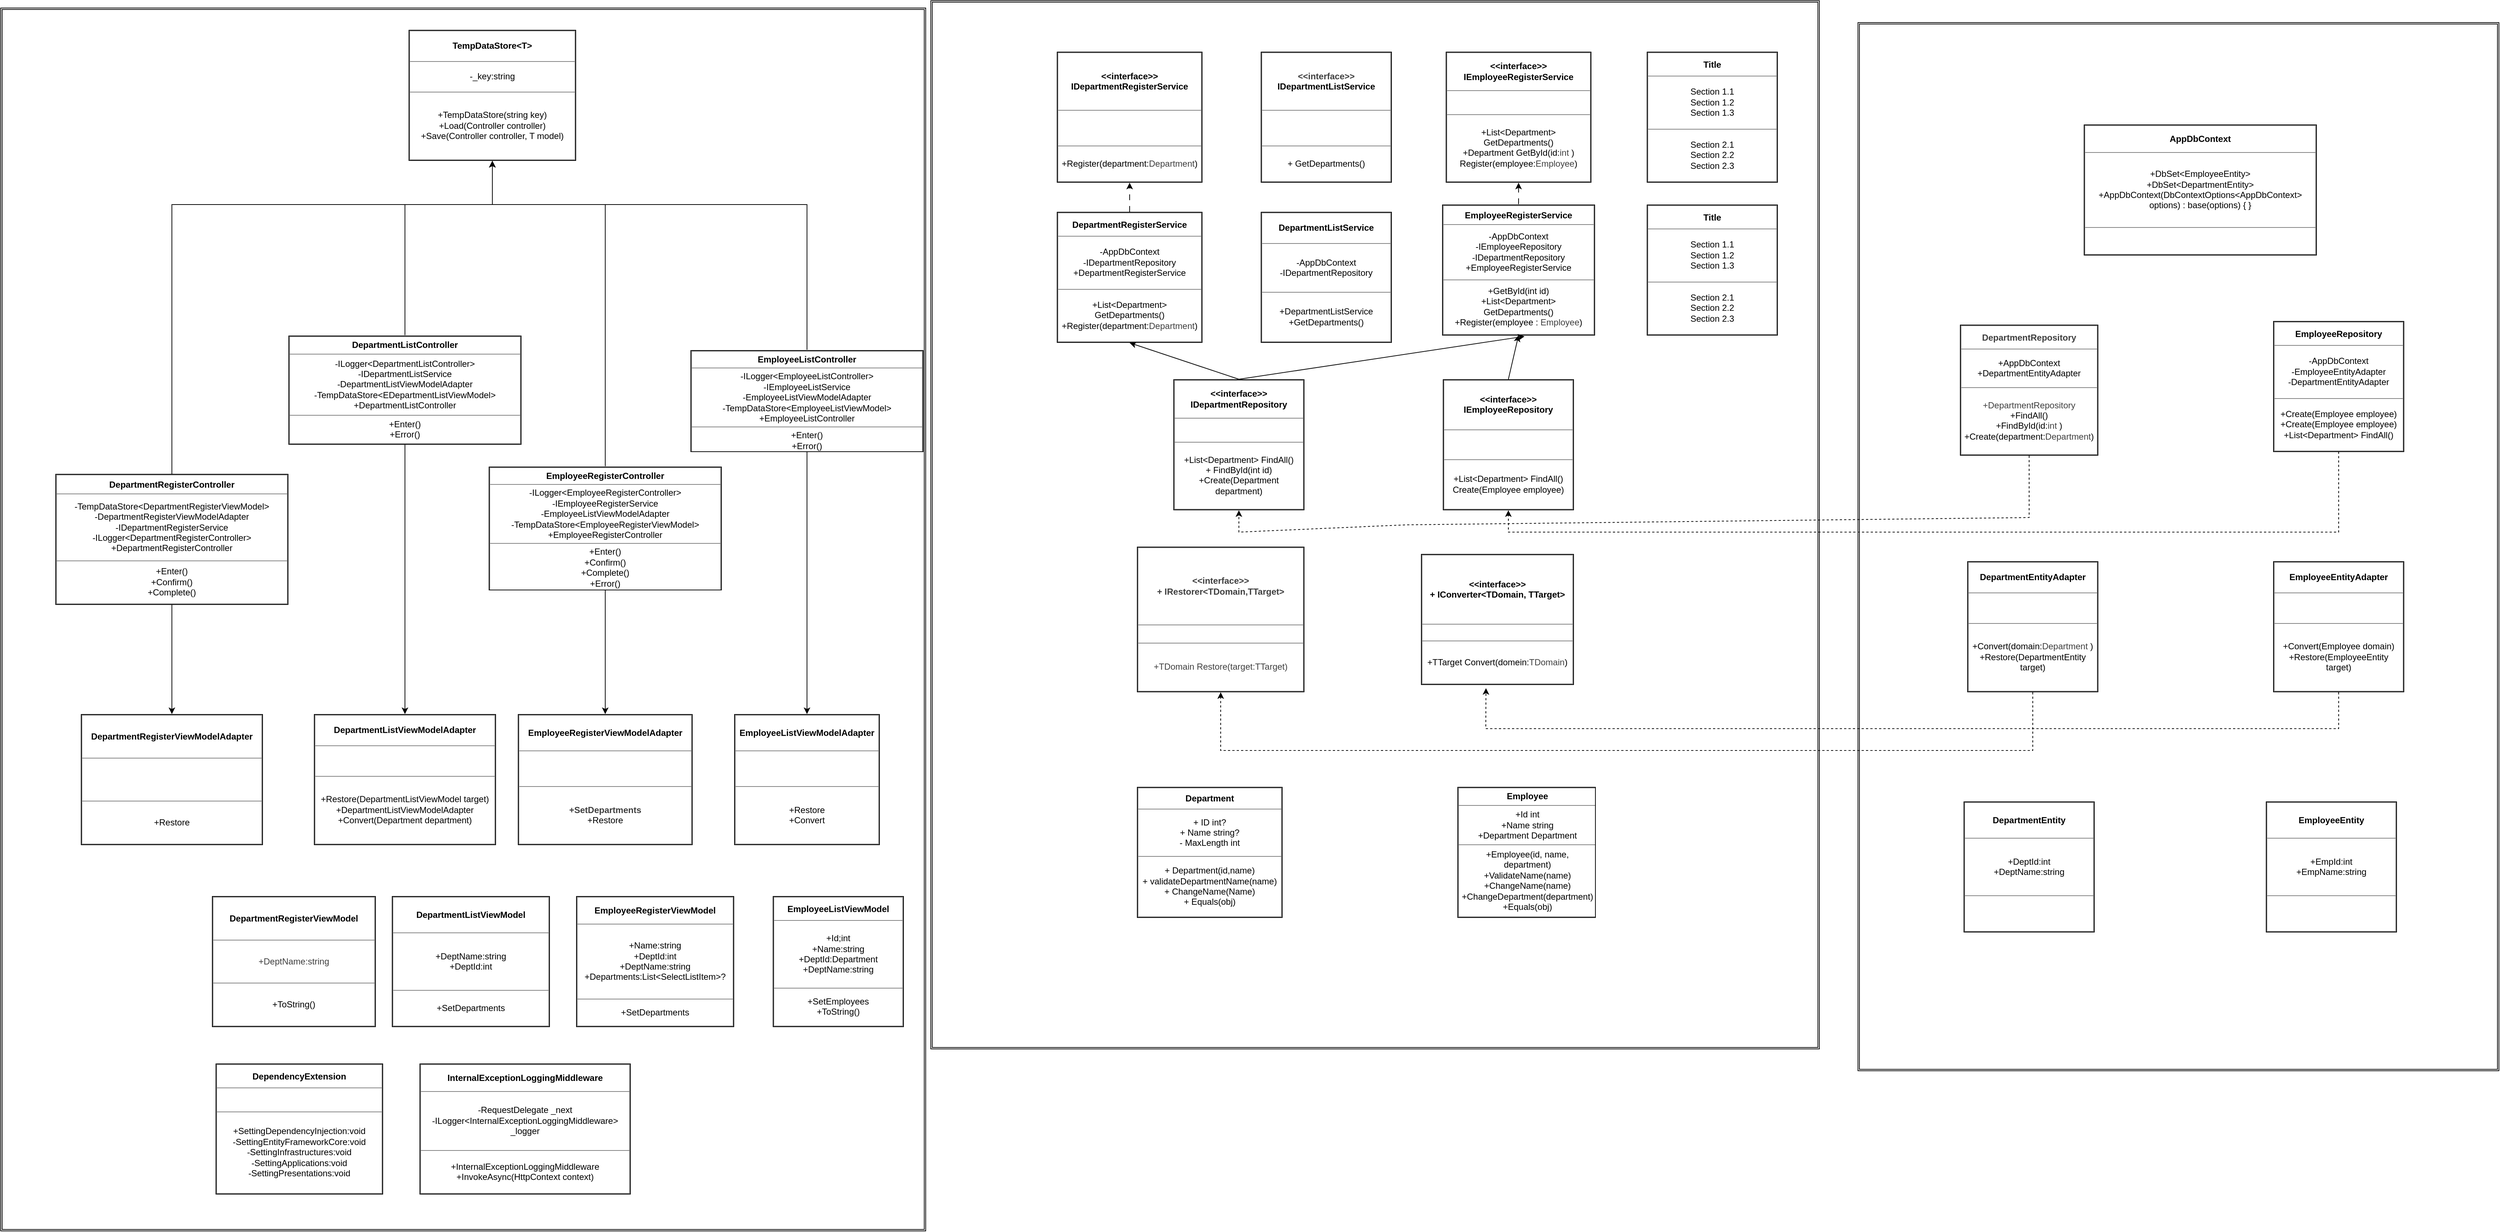
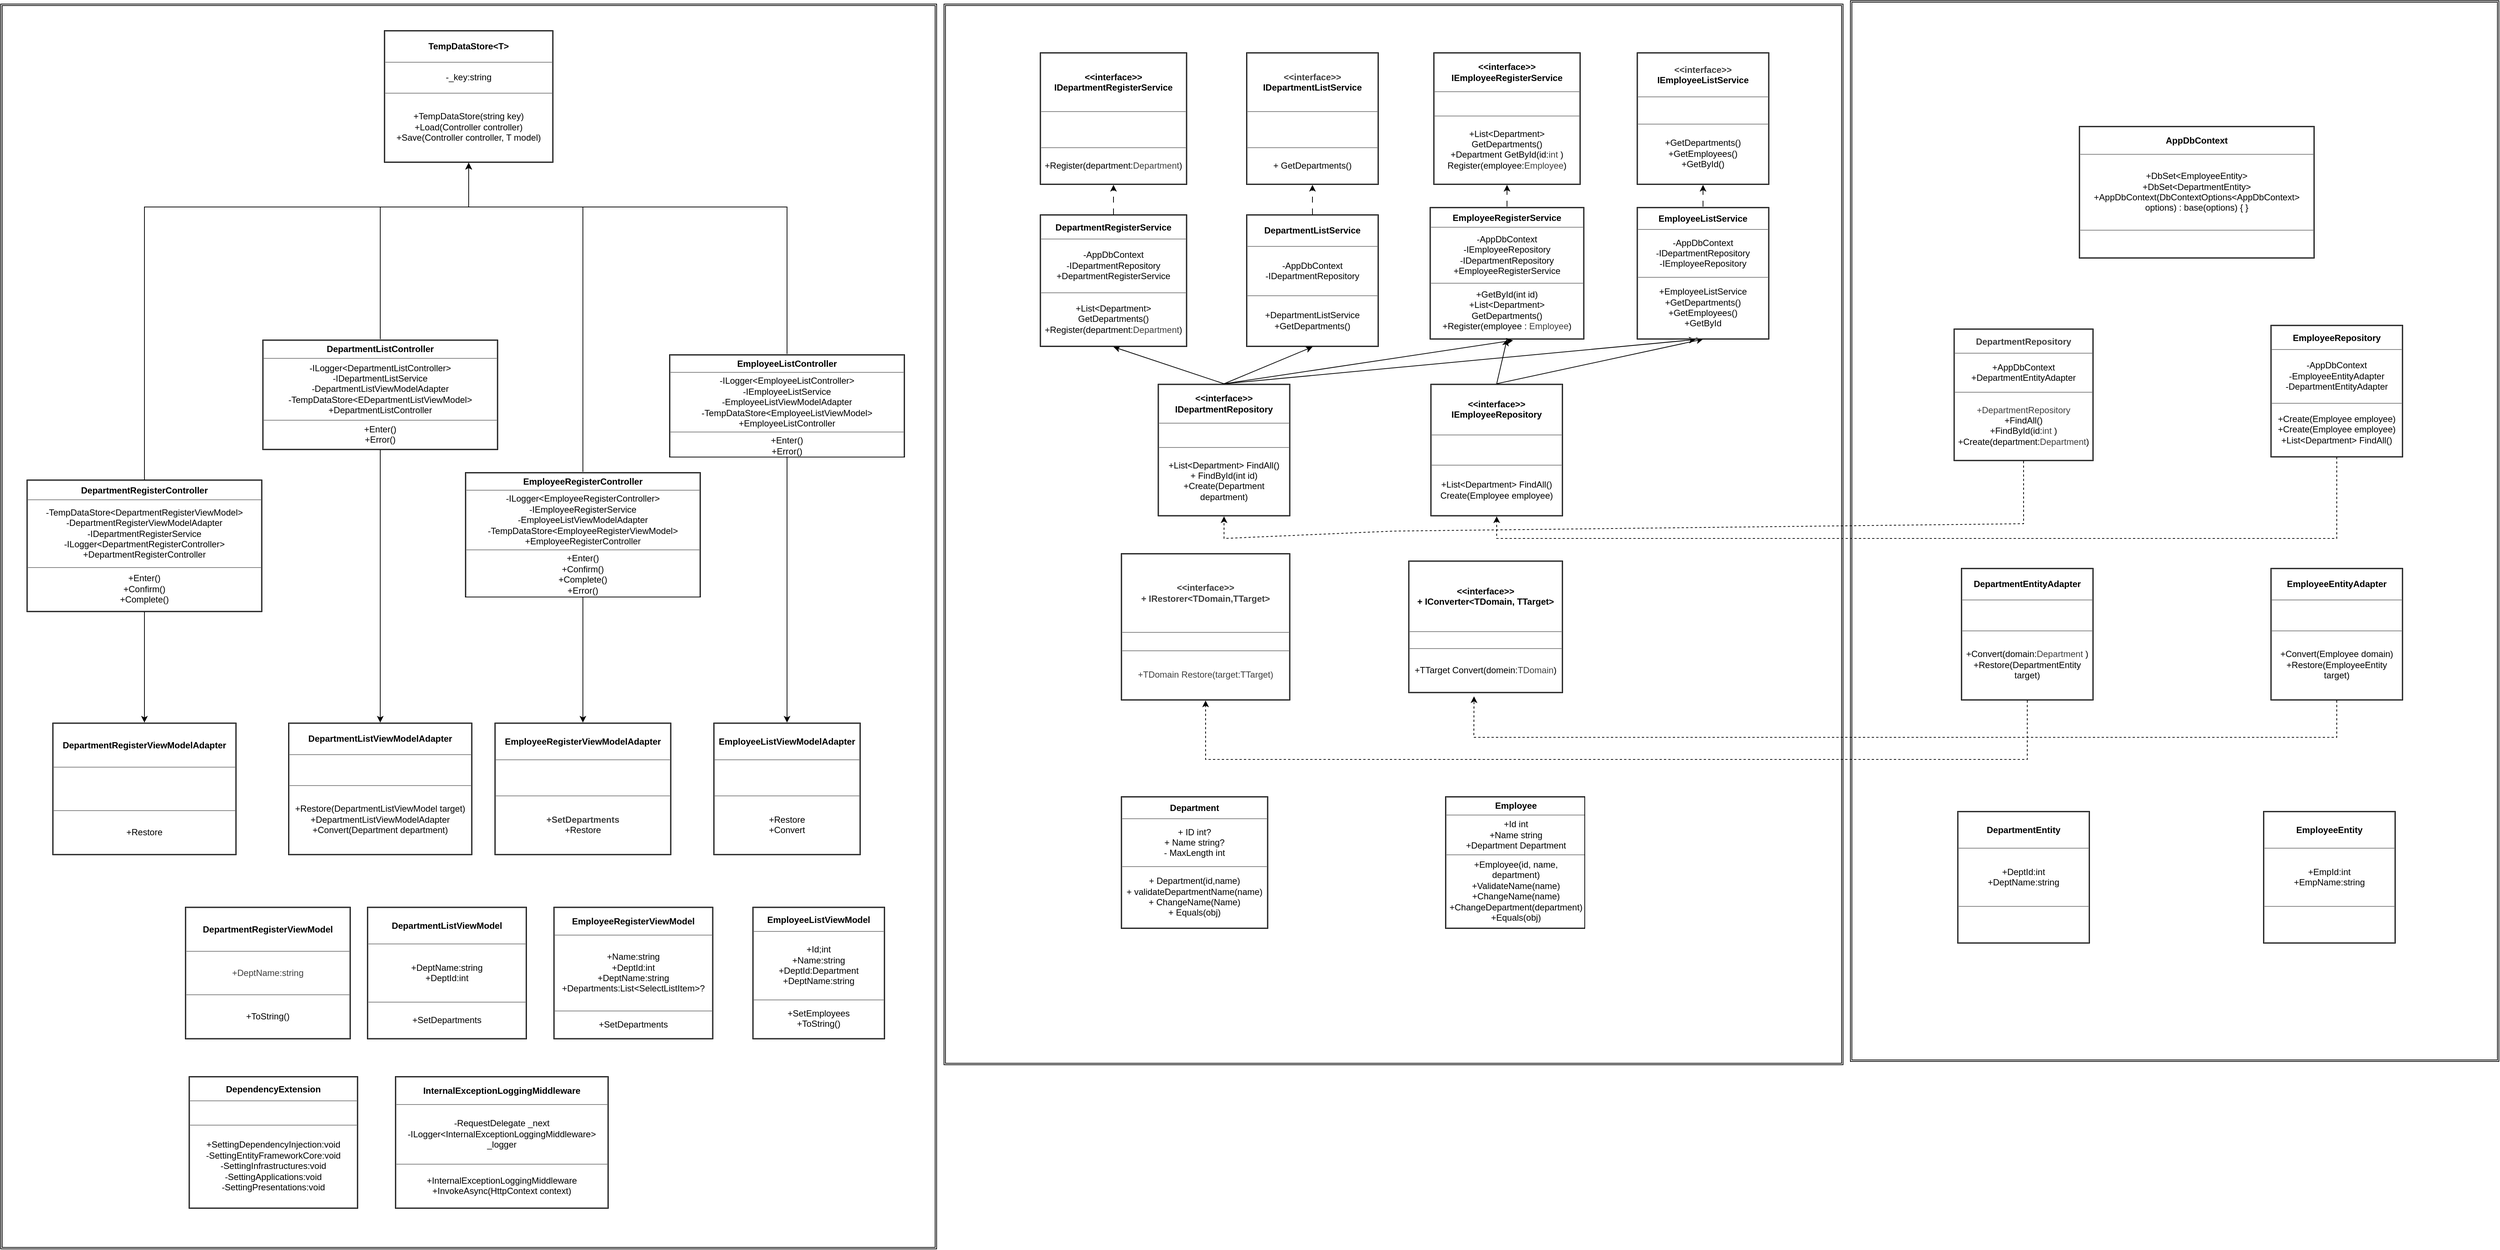
<mxfile host="65bd71144e">
    <diagram name="ページ-1" id="61RVPWnuirh5MR-BbGoL">
-         <mxGraphModel dx="3770" dy="1851" grid="1" gridSize="10" guides="1" tooltips="1" connect="1" arrows="1" fold="1" page="1" pageScale="1" pageWidth="827" pageHeight="1169" math="0" shadow="0">
+         <mxGraphModel dx="3974" dy="2397" grid="1" gridSize="10" guides="1" tooltips="1" connect="1" arrows="1" fold="1" page="1" pageScale="1" pageWidth="827" pageHeight="1169" math="0" shadow="0">
            <root>
                <mxCell id="0"/>
                <mxCell id="1" parent="0"/>
                <mxCell id="60" value="" style="shape=ext;double=1;rounded=0;whiteSpace=wrap;html=1;" vertex="1" parent="1">
-                     <mxGeometry x="880" y="-10" width="880" height="1440" as="geometry"/>
+                     <mxGeometry x="880" y="-40" width="880" height="1440" as="geometry"/>
                </mxCell>
                <mxCell id="59" value="" style="shape=ext;double=1;rounded=0;whiteSpace=wrap;html=1;" vertex="1" parent="1">
-                     <mxGeometry x="-393" y="-40" width="1220" height="1440" as="geometry"/>
+                     <mxGeometry x="-350" y="-35.5" width="1220" height="1440" as="geometry"/>
                </mxCell>
                <mxCell id="58" value="" style="shape=ext;double=1;rounded=0;whiteSpace=wrap;html=1;" vertex="1" parent="1">
-                     <mxGeometry x="-1670" y="-30" width="1270" height="1680" as="geometry"/>
+                     <mxGeometry x="-1630" y="-35.5" width="1270" height="1690" as="geometry"/>
                </mxCell>
                <mxCell id="72" style="edgeStyle=none;html=1;exitX=0.5;exitY=1;exitDx=0;exitDy=0;entryX=0.5;entryY=0;entryDx=0;entryDy=0;" edge="1" parent="1" source="2" target="50">
                    <mxGeometry relative="1" as="geometry"/>
                </mxCell>
                <mxCell id="75" style="edgeStyle=none;html=1;exitX=0.5;exitY=0;exitDx=0;exitDy=0;entryX=0.5;entryY=1;entryDx=0;entryDy=0;rounded=0;curved=0;" edge="1" parent="1" source="2" target="41">
                    <mxGeometry relative="1" as="geometry">
                        <Array as="points">
                            <mxPoint x="-1115" y="240"/>
                            <mxPoint x="-995" y="240"/>
                        </Array>
                    </mxGeometry>
                </mxCell>
                <mxCell id="2" value="&lt;table border=&quot;1&quot; width=&quot;100%&quot; height=&quot;100%&quot; cellpadding=&quot;4&quot; style=&quot;width:100%;height:100%;border-collapse:collapse;&quot;&gt;&lt;tbody&gt;&lt;tr&gt;&lt;th align=&quot;center&quot;&gt;DepartmentListController&lt;/th&gt;&lt;/tr&gt;&lt;tr&gt;&lt;td align=&quot;center&quot;&gt;-ILogger&amp;lt;DepartmentListController&amp;gt;&lt;br&gt;-IDepartmentListService&lt;br&gt;-DepartmentListViewModelAdapter&lt;br&gt;-TempDataStore&amp;lt;EDepartmentListViewModel&amp;gt;&lt;br&gt;+DepartmentListController&lt;/td&gt;&lt;/tr&gt;&lt;tr&gt;&lt;td align=&quot;center&quot;&gt;+Enter()&lt;br&gt;+Error()&lt;/td&gt;&lt;/tr&gt;&lt;/tbody&gt;&lt;/table&gt;" style="text;html=1;whiteSpace=wrap;strokeColor=none;fillColor=none;overflow=fill;labelBorderColor=default;" parent="1" vertex="1">
                    <mxGeometry x="-1275" y="419.5" width="320" height="150" as="geometry"/>
                </mxCell>
                <mxCell id="73" style="edgeStyle=none;html=1;exitX=0.5;exitY=1;exitDx=0;exitDy=0;entryX=0.5;entryY=0;entryDx=0;entryDy=0;" edge="1" parent="1" source="6" target="52">
                    <mxGeometry relative="1" as="geometry"/>
                </mxCell>
                <mxCell id="74" style="edgeStyle=none;html=1;exitX=0.5;exitY=0;exitDx=0;exitDy=0;entryX=0.5;entryY=1;entryDx=0;entryDy=0;rounded=0;curved=0;" edge="1" parent="1" source="6" target="41">
                    <mxGeometry relative="1" as="geometry">
                        <Array as="points">
                            <mxPoint x="-1435" y="240"/>
                            <mxPoint x="-995" y="240"/>
                        </Array>
                    </mxGeometry>
                </mxCell>
                <mxCell id="6" value="&lt;table border=&quot;1&quot; width=&quot;100%&quot; height=&quot;100%&quot; cellpadding=&quot;4&quot; style=&quot;width:100%;height:100%;border-collapse:collapse;&quot;&gt;&lt;tbody&gt;&lt;tr&gt;&lt;th align=&quot;center&quot;&gt;DepartmentRegisterController&lt;/th&gt;&lt;/tr&gt;&lt;tr&gt;&lt;td align=&quot;center&quot;&gt;-TempDataStore&amp;lt;DepartmentRegisterViewModel&amp;gt;&lt;br&gt;-DepartmentRegisterViewModelAdapter&lt;br&gt;-IDepartmentRegisterService&lt;br&gt;-ILogger&amp;lt;DepartmentRegisterController&amp;gt;&lt;br&gt;+DepartmentRegisterController&lt;br&gt;&lt;/td&gt;&lt;/tr&gt;&lt;tr&gt;&lt;td align=&quot;center&quot;&gt;+Enter()&lt;br&gt;+Confirm()&lt;br&gt;+Complete()&lt;/td&gt;&lt;/tr&gt;&lt;/tbody&gt;&lt;/table&gt;" style="text;html=1;whiteSpace=wrap;strokeColor=none;fillColor=none;overflow=fill;labelBorderColor=default;" parent="1" vertex="1">
                    <mxGeometry x="-1595" y="610" width="320" height="180" as="geometry"/>
                </mxCell>
                <mxCell id="70" style="edgeStyle=none;html=1;exitX=0.5;exitY=1;exitDx=0;exitDy=0;entryX=0.5;entryY=0;entryDx=0;entryDy=0;" edge="1" parent="1" source="9" target="56">
                    <mxGeometry relative="1" as="geometry"/>
                </mxCell>
                <mxCell id="77" style="edgeStyle=none;html=1;exitX=0.5;exitY=0;exitDx=0;exitDy=0;entryX=0.5;entryY=1;entryDx=0;entryDy=0;rounded=0;curved=0;" edge="1" parent="1" source="9" target="41">
                    <mxGeometry relative="1" as="geometry">
                        <Array as="points">
                            <mxPoint x="-563" y="240"/>
                            <mxPoint x="-840" y="240"/>
                            <mxPoint x="-995" y="240"/>
                        </Array>
                    </mxGeometry>
                </mxCell>
                <mxCell id="9" value="&lt;table border=&quot;1&quot; width=&quot;100%&quot; height=&quot;100%&quot; cellpadding=&quot;4&quot; style=&quot;width:100%;height:100%;border-collapse:collapse;&quot;&gt;&lt;tbody&gt;&lt;tr&gt;&lt;th align=&quot;center&quot;&gt;EmployeeListController&lt;/th&gt;&lt;/tr&gt;&lt;tr&gt;&lt;td align=&quot;center&quot;&gt;-ILogger&amp;lt;EmployeeListController&amp;gt;&lt;br&gt;-IEmployeeListService&lt;br&gt;-EmployeeListViewModelAdapter&lt;br&gt;-TempDataStore&amp;lt;EmployeeListViewModel&amp;gt;&lt;br&gt;+EmployeeListController&lt;/td&gt;&lt;/tr&gt;&lt;tr&gt;&lt;td align=&quot;center&quot;&gt;+Enter()&lt;br&gt;+Error()&lt;/td&gt;&lt;/tr&gt;&lt;/tbody&gt;&lt;/table&gt;" style="text;html=1;whiteSpace=wrap;strokeColor=none;fillColor=none;overflow=fill;labelBorderColor=default;" parent="1" vertex="1">
                    <mxGeometry x="-723" y="439.5" width="320" height="140" as="geometry"/>
                </mxCell>
                <mxCell id="71" style="edgeStyle=none;html=1;exitX=0.5;exitY=1;exitDx=0;exitDy=0;entryX=0.5;entryY=0;entryDx=0;entryDy=0;" edge="1" parent="1" source="10" target="54">
                    <mxGeometry relative="1" as="geometry"/>
                </mxCell>
                <mxCell id="76" style="edgeStyle=none;html=1;exitX=0.5;exitY=0;exitDx=0;exitDy=0;entryX=0.5;entryY=1;entryDx=0;entryDy=0;rounded=0;curved=0;" edge="1" parent="1" source="10" target="41">
                    <mxGeometry relative="1" as="geometry">
                        <Array as="points">
                            <mxPoint x="-840" y="240"/>
                            <mxPoint x="-995" y="240"/>
                        </Array>
                    </mxGeometry>
                </mxCell>
                <mxCell id="10" value="&lt;table border=&quot;1&quot; width=&quot;100%&quot; height=&quot;100%&quot; cellpadding=&quot;4&quot; style=&quot;width:100%;height:100%;border-collapse:collapse;&quot;&gt;&lt;tbody&gt;&lt;tr&gt;&lt;th align=&quot;center&quot;&gt;EmployeeRegisterController&lt;/th&gt;&lt;/tr&gt;&lt;tr&gt;&lt;td align=&quot;center&quot;&gt;-ILogger&amp;lt;EmployeeRegisterController&amp;gt;&lt;br&gt;-IEmployeeRegisterService&lt;br&gt;-EmployeeListViewModelAdapter&lt;br&gt;-TempDataStore&amp;lt;EmployeeRegisterViewModel&amp;gt;&lt;br&gt;+EmployeeRegisterController&lt;/td&gt;&lt;/tr&gt;&lt;tr&gt;&lt;td align=&quot;center&quot;&gt;+Enter()&lt;br&gt;+Confirm()&lt;br&gt;+Complete()&lt;br&gt;+Error()&lt;/td&gt;&lt;/tr&gt;&lt;/tbody&gt;&lt;/table&gt;" style="text;html=1;whiteSpace=wrap;strokeColor=none;fillColor=none;overflow=fill;labelBorderColor=default;" parent="1" vertex="1">
                    <mxGeometry x="-1000" y="599.5" width="320" height="170" as="geometry"/>
                </mxCell>
                <mxCell id="11" value="&lt;table border=&quot;1&quot; width=&quot;100%&quot; height=&quot;100%&quot; cellpadding=&quot;4&quot; style=&quot;width:100%;height:100%;border-collapse:collapse;&quot;&gt;&lt;tbody&gt;&lt;tr&gt;&lt;th align=&quot;center&quot;&gt;&amp;lt;&amp;lt;interface&amp;gt;&amp;gt;&lt;br&gt;+ IConverter&amp;lt;TDomain, TTarget&amp;gt;&lt;/th&gt;&lt;/tr&gt;&lt;tr&gt;&lt;td align=&quot;center&quot;&gt;&lt;/td&gt;&lt;/tr&gt;&lt;tr&gt;&lt;td align=&quot;center&quot;&gt;+TTarget Convert(domein:&lt;span style=&quot;color: rgb(63, 63, 63);&quot;&gt;TDomain&lt;/span&gt;)&lt;br&gt;&lt;/td&gt;&lt;/tr&gt;&lt;/tbody&gt;&lt;/table&gt;" style="text;html=1;whiteSpace=wrap;strokeColor=none;fillColor=none;overflow=fill;labelBackgroundColor=none;labelBorderColor=default;" parent="1" vertex="1">
                    <mxGeometry x="280" y="720" width="210" height="180" as="geometry"/>
                </mxCell>
                <mxCell id="14" value="&lt;table border=&quot;1&quot; width=&quot;100%&quot; height=&quot;100%&quot; cellpadding=&quot;4&quot; style=&quot;width:100%;height:100%;border-collapse:collapse;&quot;&gt;&lt;tbody&gt;&lt;tr&gt;&lt;th align=&quot;center&quot;&gt;Department&lt;/th&gt;&lt;/tr&gt;&lt;tr&gt;&lt;td align=&quot;center&quot;&gt;+ ID int?&lt;br&gt;+ Name string?&lt;br&gt;- MaxLength int&lt;/td&gt;&lt;/tr&gt;&lt;tr&gt;&lt;td align=&quot;center&quot;&gt;+ Department(id,name)&lt;br&gt;+ validateDepartmentName(name)&lt;br&gt;+ ChangeName(Name)&lt;br&gt;+ Equals(obj)&lt;/td&gt;&lt;/tr&gt;&lt;/tbody&gt;&lt;/table&gt;" style="text;html=1;whiteSpace=wrap;strokeColor=none;fillColor=none;overflow=fill;labelBorderColor=default;" parent="1" vertex="1">
                    <mxGeometry x="-110" y="1040" width="200" height="180" as="geometry"/>
                </mxCell>
                <mxCell id="15" value="&lt;table border=&quot;1&quot; width=&quot;100%&quot; height=&quot;100%&quot; cellpadding=&quot;4&quot; style=&quot;width:100%;height:100%;border-collapse:collapse;&quot;&gt;&lt;tbody&gt;&lt;tr&gt;&lt;th align=&quot;center&quot;&gt;Employee&lt;/th&gt;&lt;/tr&gt;&lt;tr&gt;&lt;td align=&quot;center&quot;&gt;&lt;font face=&quot;Helvetica&quot;&gt;+Id int&lt;br&gt;+Name string&lt;br&gt;+Department Department&lt;br&gt;&lt;/font&gt;&lt;/td&gt;&lt;/tr&gt;&lt;tr&gt;&lt;td align=&quot;center&quot;&gt;+Employee(id, name, department)&lt;br&gt;+ValidateName(name)&lt;br&gt;+ChangeName(name)&lt;br&gt;+ChangeDepartment(department)&lt;br&gt;+Equals(obj)&lt;/td&gt;&lt;/tr&gt;&lt;/tbody&gt;&lt;/table&gt;" style="text;html=1;whiteSpace=wrap;strokeColor=none;fillColor=none;overflow=fill;labelBackgroundColor=none;labelBorderColor=default;" parent="1" vertex="1">
                    <mxGeometry x="330" y="1040" width="190" height="180" as="geometry"/>
                </mxCell>
                <mxCell id="46" style="edgeStyle=none;html=1;exitX=0.5;exitY=0;exitDx=0;exitDy=0;entryX=0.5;entryY=1;entryDx=0;entryDy=0;" parent="1" source="16" target="22" edge="1">
                    <mxGeometry relative="1" as="geometry"/>
                </mxCell>
+                 <mxCell id="87" style="edgeStyle=none;html=1;exitX=0.5;exitY=0;exitDx=0;exitDy=0;" edge="1" parent="1" source="16">
+                     <mxGeometry relative="1" as="geometry">
+                         <mxPoint x="670" y="420" as="targetPoint"/>
+                     </mxGeometry>
+                 </mxCell>
+                 <mxCell id="89" style="edgeStyle=none;html=1;exitX=0.5;exitY=0;exitDx=0;exitDy=0;entryX=0.5;entryY=1;entryDx=0;entryDy=0;" edge="1" parent="1" source="16" target="81">
+                     <mxGeometry relative="1" as="geometry"/>
+                 </mxCell>
                <mxCell id="16" value="&lt;table border=&quot;1&quot; width=&quot;100%&quot; height=&quot;100%&quot; cellpadding=&quot;4&quot; style=&quot;width:100%;height:100%;border-collapse:collapse;&quot;&gt;&lt;tbody&gt;&lt;tr&gt;&lt;th align=&quot;center&quot;&gt;&amp;lt;&amp;lt;interface&amp;gt;&amp;gt;&lt;br&gt;IDepartmentRepository&lt;/th&gt;&lt;/tr&gt;&lt;tr&gt;&lt;td align=&quot;center&quot;&gt;&lt;br&gt;&lt;/td&gt;&lt;/tr&gt;&lt;tr&gt;&lt;td align=&quot;center&quot;&gt;+List&amp;lt;Department&amp;gt; FindAll()&lt;br&gt;+ FindById(int id)&lt;br&gt;+Create(Department department)&lt;/td&gt;&lt;/tr&gt;&lt;/tbody&gt;&lt;/table&gt;" style="text;html=1;whiteSpace=wrap;strokeColor=none;fillColor=none;overflow=fill;labelBorderColor=default;" parent="1" vertex="1">
                    <mxGeometry x="-60" y="480" width="180" height="180" as="geometry"/>
                </mxCell>
                <mxCell id="47" style="edgeStyle=none;html=1;exitX=0.5;exitY=0;exitDx=0;exitDy=0;entryX=0.5;entryY=1;entryDx=0;entryDy=0;" parent="1" source="17" target="23" edge="1">
+                     <mxGeometry relative="1" as="geometry"/>
+                 </mxCell>
+                 <mxCell id="86" style="edgeStyle=none;html=1;exitX=0.5;exitY=0;exitDx=0;exitDy=0;entryX=0.5;entryY=1;entryDx=0;entryDy=0;" edge="1" parent="1" source="17" target="83">
                    <mxGeometry relative="1" as="geometry"/>
                </mxCell>
                <mxCell id="17" value="&lt;table border=&quot;1&quot; width=&quot;100%&quot; height=&quot;100%&quot; cellpadding=&quot;4&quot; style=&quot;width:100%;height:100%;border-collapse:collapse;&quot;&gt;&lt;tbody&gt;&lt;tr&gt;&lt;th align=&quot;center&quot;&gt;&amp;lt;&amp;lt;interface&amp;gt;&amp;gt;&lt;br&gt;IEmployeeRepository&lt;/th&gt;&lt;/tr&gt;&lt;tr&gt;&lt;td align=&quot;center&quot;&gt;&lt;br&gt;&lt;/td&gt;&lt;/tr&gt;&lt;tr&gt;&lt;td align=&quot;center&quot;&gt;+List&amp;lt;Department&amp;gt; FindAll()&lt;br&gt;Create(Employee employee)&lt;/td&gt;&lt;/tr&gt;&lt;/tbody&gt;&lt;/table&gt;" style="text;html=1;whiteSpace=wrap;strokeColor=none;fillColor=none;overflow=fill;labelBorderColor=default;" parent="1" vertex="1">
                    <mxGeometry x="310" y="480" width="180" height="180" as="geometry"/>
                </mxCell>
                <mxCell id="18" value="&lt;table border=&quot;1&quot; width=&quot;100%&quot; height=&quot;100%&quot; cellpadding=&quot;4&quot; style=&quot;width:100%;height:100%;border-collapse:collapse;&quot;&gt;&lt;tbody&gt;&lt;tr&gt;&lt;th align=&quot;center&quot;&gt;&amp;lt;&amp;lt;interface&amp;gt;&amp;gt;&lt;br&gt;IDepartmentRegisterService&lt;/th&gt;&lt;/tr&gt;&lt;tr&gt;&lt;td align=&quot;center&quot;&gt;&lt;br&gt;&lt;/td&gt;&lt;/tr&gt;&lt;tr&gt;&lt;td align=&quot;center&quot;&gt;+Register(department:&lt;span style=&quot;color: rgb(63, 63, 63);&quot;&gt;Department&lt;/span&gt;)&lt;br&gt;&lt;/td&gt;&lt;/tr&gt;&lt;/tbody&gt;&lt;/table&gt;" style="text;html=1;whiteSpace=wrap;strokeColor=none;fillColor=none;overflow=fill;labelBorderColor=default;" parent="1" vertex="1">
                    <mxGeometry x="-220" y="30" width="200" height="180" as="geometry"/>
                </mxCell>
                <mxCell id="19" value="&lt;table border=&quot;1&quot; width=&quot;100%&quot; height=&quot;100%&quot; cellpadding=&quot;4&quot; style=&quot;width:100%;height:100%;border-collapse:collapse;&quot;&gt;&lt;tbody&gt;&lt;tr&gt;&lt;th align=&quot;center&quot;&gt;&amp;lt;&amp;lt;interface&amp;gt;&amp;gt;&lt;br&gt;IEmployeeRegisterService&lt;/th&gt;&lt;/tr&gt;&lt;tr&gt;&lt;td align=&quot;center&quot;&gt;&lt;br&gt;&lt;/td&gt;&lt;/tr&gt;&lt;tr&gt;&lt;td align=&quot;center&quot;&gt;+List&amp;lt;Department&amp;gt; GetDepartments()&lt;br&gt;+Department GetById(id:&lt;span style=&quot;color: rgb(63, 63, 63);&quot;&gt;int&amp;nbsp;&lt;/span&gt;)&lt;br&gt;Register(employee:&lt;span style=&quot;color: rgb(63, 63, 63);&quot;&gt;Employee&lt;/span&gt;)&lt;br&gt;&lt;/td&gt;&lt;/tr&gt;&lt;/tbody&gt;&lt;/table&gt;" style="text;html=1;whiteSpace=wrap;strokeColor=none;fillColor=none;overflow=fill;labelBorderColor=default;" parent="1" vertex="1">
                    <mxGeometry x="314" y="30" width="200" height="180" as="geometry"/>
                </mxCell>
                <mxCell id="21" value="&lt;table border=&quot;1&quot; width=&quot;100%&quot; height=&quot;100%&quot; cellpadding=&quot;4&quot; style=&quot;width:100%;height:100%;border-collapse:collapse;&quot;&gt;&lt;tbody&gt;&lt;tr&gt;&lt;th align=&quot;center&quot;&gt;&lt;span style=&quot;color: rgb(63, 63, 63);&quot;&gt;&amp;lt;&amp;lt;interface&amp;gt;&amp;gt;&lt;br&gt;&lt;span style=&quot;color: rgb(63, 63, 63);&quot;&gt;+ IRestorer&amp;lt;TDomain,TTarget&amp;gt;&lt;/span&gt;&lt;/span&gt;&lt;/th&gt;&lt;/tr&gt;&lt;tr&gt;&lt;td align=&quot;center&quot;&gt;&lt;/td&gt;&lt;/tr&gt;&lt;tr&gt;&lt;td align=&quot;center&quot;&gt;&lt;span style=&quot;color: rgb(63, 63, 63);&quot;&gt;+TDomain Restore(target:&lt;span style=&quot;color: rgb(63, 63, 63);&quot;&gt;TTarget&lt;/span&gt;)&lt;br&gt;&lt;/span&gt;&lt;/td&gt;&lt;/tr&gt;&lt;/tbody&gt;&lt;/table&gt;" style="text;html=1;whiteSpace=wrap;strokeColor=none;fillColor=none;overflow=fill;labelBorderColor=default;" parent="1" vertex="1">
                    <mxGeometry x="-110" y="710" width="230" height="200" as="geometry"/>
                </mxCell>
                <mxCell id="33" style="edgeStyle=none;html=1;exitX=0.5;exitY=0;exitDx=0;exitDy=0;entryX=0.5;entryY=1;entryDx=0;entryDy=0;dashed=1;dashPattern=8 8;" parent="1" source="22" target="18" edge="1">
                    <mxGeometry relative="1" as="geometry"/>
                </mxCell>
                <mxCell id="22" value="&lt;table border=&quot;1&quot; width=&quot;100%&quot; height=&quot;100%&quot; cellpadding=&quot;4&quot; style=&quot;width:100%;height:100%;border-collapse:collapse;&quot;&gt;&lt;tbody&gt;&lt;tr&gt;&lt;th align=&quot;center&quot;&gt;DepartmentRegisterService&lt;/th&gt;&lt;/tr&gt;&lt;tr&gt;&lt;td align=&quot;center&quot;&gt;-AppDbContext&lt;br&gt;-IDepartmentRepository&lt;br&gt;+DepartmentRegisterService&lt;/td&gt;&lt;/tr&gt;&lt;tr&gt;&lt;td align=&quot;center&quot;&gt;+List&amp;lt;Department&amp;gt; GetDepartments()&lt;br&gt;+Register(department:&lt;span style=&quot;color: rgb(63, 63, 63);&quot;&gt;Department&lt;/span&gt;)&lt;br&gt;&lt;/td&gt;&lt;/tr&gt;&lt;/tbody&gt;&lt;/table&gt;" style="text;html=1;whiteSpace=wrap;strokeColor=none;fillColor=none;overflow=fill;labelBorderColor=default;" parent="1" vertex="1">
                    <mxGeometry x="-220" y="250" width="200" height="180" as="geometry"/>
                </mxCell>
                <mxCell id="32" style="edgeStyle=none;html=1;exitX=0.5;exitY=0;exitDx=0;exitDy=0;entryX=0.5;entryY=1;entryDx=0;entryDy=0;dashed=1;dashPattern=8 8;" parent="1" source="23" target="19" edge="1">
                    <mxGeometry relative="1" as="geometry"/>
                </mxCell>
                <mxCell id="23" value="&lt;table border=&quot;1&quot; width=&quot;100%&quot; height=&quot;100%&quot; cellpadding=&quot;4&quot; style=&quot;width:100%;height:100%;border-collapse:collapse;&quot;&gt;&lt;tbody&gt;&lt;tr&gt;&lt;th align=&quot;center&quot;&gt;EmployeeRegisterService&lt;/th&gt;&lt;/tr&gt;&lt;tr&gt;&lt;td align=&quot;center&quot;&gt;-AppDbContext&lt;br&gt;-IEmployeeRepository&lt;br&gt;-IDepartmentRepository&lt;br&gt;+EmployeeRegisterService&lt;/td&gt;&lt;/tr&gt;&lt;tr&gt;&lt;td align=&quot;center&quot;&gt;+GetById(int id)&lt;br&gt;+List&amp;lt;Department&amp;gt; GetDepartments()&lt;br&gt;+Register(employee :&amp;nbsp;&lt;span style=&quot;color: rgb(63, 63, 63);&quot;&gt;Employee&lt;/span&gt;)&lt;br&gt;&lt;/td&gt;&lt;/tr&gt;&lt;/tbody&gt;&lt;/table&gt;" style="text;html=1;whiteSpace=wrap;strokeColor=none;fillColor=none;overflow=fill;labelBorderColor=default;" parent="1" vertex="1">
                    <mxGeometry x="309" y="239.5" width="210" height="180" as="geometry"/>
                </mxCell>
                <mxCell id="38" style="edgeStyle=none;html=1;exitX=0.5;exitY=1;exitDx=0;exitDy=0;entryX=0.5;entryY=1;entryDx=0;entryDy=0;rounded=0;curved=0;dashed=1;" parent="1" source="25" target="21" edge="1">
                    <mxGeometry relative="1" as="geometry">
                        <Array as="points">
                            <mxPoint x="1120" y="990"/>
                            <mxPoint x="260" y="990"/>
                            <mxPoint x="5" y="990"/>
                        </Array>
                    </mxGeometry>
                </mxCell>
                <mxCell id="25" value="&lt;table border=&quot;1&quot; width=&quot;100%&quot; height=&quot;100%&quot; cellpadding=&quot;4&quot; style=&quot;width:100%;height:100%;border-collapse:collapse;&quot;&gt;&lt;tbody&gt;&lt;tr&gt;&lt;th align=&quot;center&quot;&gt;DepartmentEntityAdapter&lt;/th&gt;&lt;/tr&gt;&lt;tr&gt;&lt;td align=&quot;center&quot;&gt;&lt;br&gt;&lt;/td&gt;&lt;/tr&gt;&lt;tr&gt;&lt;td align=&quot;center&quot;&gt;+Convert(domain:&lt;span style=&quot;color: rgb(63, 63, 63);&quot;&gt;Department&amp;nbsp;&lt;/span&gt;)&lt;br&gt;+Restore(DepartmentEntity target)&lt;/td&gt;&lt;/tr&gt;&lt;/tbody&gt;&lt;/table&gt;" style="text;html=1;whiteSpace=wrap;strokeColor=none;fillColor=none;overflow=fill;labelBorderColor=default;" parent="1" vertex="1">
                    <mxGeometry x="1030" y="730" width="180" height="180" as="geometry"/>
                </mxCell>
                <mxCell id="26" value="&lt;table border=&quot;1&quot; width=&quot;100%&quot; height=&quot;100%&quot; cellpadding=&quot;4&quot; style=&quot;width:100%;height:100%;border-collapse:collapse;&quot;&gt;&lt;tbody&gt;&lt;tr&gt;&lt;th align=&quot;center&quot;&gt;EmployeeEntityAdapter&lt;/th&gt;&lt;/tr&gt;&lt;tr&gt;&lt;td align=&quot;center&quot;&gt;&lt;br&gt;&lt;/td&gt;&lt;/tr&gt;&lt;tr&gt;&lt;td align=&quot;center&quot;&gt;+Convert(Employee domain)&lt;br&gt;+Restore(EmployeeEntity target)&lt;/td&gt;&lt;/tr&gt;&lt;/tbody&gt;&lt;/table&gt;" style="text;html=1;whiteSpace=wrap;strokeColor=none;fillColor=none;overflow=fill;labelBorderColor=default;" parent="1" vertex="1">
                    <mxGeometry x="1450" y="730" width="180" height="180" as="geometry"/>
                </mxCell>
                <mxCell id="27" value="&lt;table border=&quot;1&quot; width=&quot;100%&quot; height=&quot;100%&quot; cellpadding=&quot;4&quot; style=&quot;width:100%;height:100%;border-collapse:collapse;&quot;&gt;&lt;tbody&gt;&lt;tr&gt;&lt;th align=&quot;center&quot;&gt;AppDbContext&lt;/th&gt;&lt;/tr&gt;&lt;tr&gt;&lt;td align=&quot;center&quot;&gt;+DbSet&amp;lt;EmployeeEntity&amp;gt;&lt;br&gt;+DbSet&amp;lt;DepartmentEntity&amp;gt;&lt;br&gt;+AppDbContext(DbContextOptions&amp;lt;AppDbContext&amp;gt; options) : base(options) { }&lt;/td&gt;&lt;/tr&gt;&lt;tr&gt;&lt;td align=&quot;center&quot;&gt;&lt;br&gt;&lt;/td&gt;&lt;/tr&gt;&lt;/tbody&gt;&lt;/table&gt;" style="text;html=1;whiteSpace=wrap;strokeColor=none;fillColor=none;overflow=fill;labelBorderColor=default;" parent="1" vertex="1">
                    <mxGeometry x="1190" y="130" width="320" height="180" as="geometry"/>
                </mxCell>
                <mxCell id="28" value="&lt;table border=&quot;1&quot; width=&quot;100%&quot; height=&quot;100%&quot; cellpadding=&quot;4&quot; style=&quot;width:100%;height:100%;border-collapse:collapse;&quot;&gt;&lt;tbody&gt;&lt;tr&gt;&lt;th align=&quot;center&quot;&gt;DepartmentEntity&lt;/th&gt;&lt;/tr&gt;&lt;tr&gt;&lt;td align=&quot;center&quot;&gt;+DeptId:int&lt;br&gt;+DeptName:string&lt;/td&gt;&lt;/tr&gt;&lt;tr&gt;&lt;td align=&quot;center&quot;&gt;&lt;br&gt;&lt;/td&gt;&lt;/tr&gt;&lt;/tbody&gt;&lt;/table&gt;" style="text;html=1;whiteSpace=wrap;strokeColor=none;fillColor=none;overflow=fill;labelBorderColor=default;" parent="1" vertex="1">
                    <mxGeometry x="1025" y="1060" width="180" height="180" as="geometry"/>
                </mxCell>
                <mxCell id="29" value="&lt;table border=&quot;1&quot; width=&quot;100%&quot; height=&quot;100%&quot; cellpadding=&quot;4&quot; style=&quot;width:100%;height:100%;border-collapse:collapse;&quot;&gt;&lt;tbody&gt;&lt;tr&gt;&lt;th align=&quot;center&quot;&gt;EmployeeEntity&lt;/th&gt;&lt;/tr&gt;&lt;tr&gt;&lt;td align=&quot;center&quot;&gt;+EmpId:int&lt;br&gt;+EmpName:string&lt;/td&gt;&lt;/tr&gt;&lt;tr&gt;&lt;td align=&quot;center&quot;&gt;&lt;br&gt;&lt;/td&gt;&lt;/tr&gt;&lt;/tbody&gt;&lt;/table&gt;" style="text;html=1;whiteSpace=wrap;strokeColor=none;fillColor=none;overflow=fill;labelBorderColor=default;" parent="1" vertex="1">
                    <mxGeometry x="1440" y="1060" width="180" height="180" as="geometry"/>
                </mxCell>
                <mxCell id="34" style="edgeStyle=none;html=1;exitX=0.5;exitY=1;exitDx=0;exitDy=0;entryX=0.5;entryY=1;entryDx=0;entryDy=0;rounded=0;curved=0;dashed=1;" parent="1" source="30" target="16" edge="1">
                    <mxGeometry relative="1" as="geometry">
                        <Array as="points">
                            <mxPoint x="1115" y="670"/>
                            <mxPoint x="260" y="680"/>
                            <mxPoint x="30" y="690"/>
                        </Array>
                    </mxGeometry>
                </mxCell>
                <mxCell id="30" value="&lt;table border=&quot;1&quot; width=&quot;100%&quot; height=&quot;100%&quot; cellpadding=&quot;4&quot; style=&quot;width:100%;height:100%;border-collapse:collapse;&quot;&gt;&lt;tbody&gt;&lt;tr&gt;&lt;th align=&quot;center&quot;&gt;&lt;b style=&quot;color: rgb(63, 63, 63); scrollbar-color: rgb(226, 226, 226) rgb(251, 251, 251);&quot;&gt;DepartmentRepository&lt;/b&gt;&lt;/th&gt;&lt;/tr&gt;&lt;tr&gt;&lt;td align=&quot;center&quot;&gt;+AppDbContext&lt;br&gt;+DepartmentEntityAdapter&lt;br&gt;&lt;/td&gt;&lt;/tr&gt;&lt;tr&gt;&lt;td align=&quot;center&quot;&gt;&lt;span style=&quot;color: rgb(63, 63, 63);&quot;&gt;+DepartmentRepository&lt;/span&gt;&lt;br&gt;+FindAll()&lt;br&gt;+FindById(id:&lt;span style=&quot;color: rgb(63, 63, 63);&quot;&gt;int&amp;nbsp;&lt;/span&gt;)&lt;br&gt;+Create(department:&lt;span style=&quot;color: rgb(63, 63, 63);&quot;&gt;Department&lt;/span&gt;)&lt;br&gt;&lt;/td&gt;&lt;/tr&gt;&lt;/tbody&gt;&lt;/table&gt;" style="text;html=1;whiteSpace=wrap;strokeColor=none;fillColor=none;overflow=fill;labelBorderColor=default;" parent="1" vertex="1">
                    <mxGeometry x="1020" y="405" width="190" height="180" as="geometry"/>
                </mxCell>
                <mxCell id="35" style="edgeStyle=none;html=1;exitX=0.5;exitY=1;exitDx=0;exitDy=0;entryX=0.5;entryY=1;entryDx=0;entryDy=0;rounded=0;curved=0;dashed=1;" parent="1" source="31" target="17" edge="1">
                    <mxGeometry relative="1" as="geometry">
                        <Array as="points">
                            <mxPoint x="1540" y="690"/>
                            <mxPoint x="400" y="690"/>
                        </Array>
                    </mxGeometry>
                </mxCell>
                <mxCell id="31" value="&lt;table border=&quot;1&quot; width=&quot;100%&quot; height=&quot;100%&quot; cellpadding=&quot;4&quot; style=&quot;width:100%;height:100%;border-collapse:collapse;&quot;&gt;&lt;tbody&gt;&lt;tr&gt;&lt;th align=&quot;center&quot;&gt;EmployeeRepository&lt;/th&gt;&lt;/tr&gt;&lt;tr&gt;&lt;td align=&quot;center&quot;&gt;-AppDbContext&lt;br&gt;-EmployeeEntityAdapter&lt;br&gt;-DepartmentEntityAdapter&lt;/td&gt;&lt;/tr&gt;&lt;tr&gt;&lt;td align=&quot;center&quot;&gt;+Create(Employee employee)&lt;br&gt;+Create(Employee employee)&lt;br&gt;+List&amp;lt;Department&amp;gt; FindAll()&lt;/td&gt;&lt;/tr&gt;&lt;/tbody&gt;&lt;/table&gt;" style="text;html=1;whiteSpace=wrap;strokeColor=none;fillColor=none;overflow=fill;labelBorderColor=default;" parent="1" vertex="1">
                    <mxGeometry x="1450" y="399.5" width="180" height="180" as="geometry"/>
                </mxCell>
                <mxCell id="39" style="edgeStyle=none;html=1;exitX=0.5;exitY=1;exitDx=0;exitDy=0;entryX=0.425;entryY=1.024;entryDx=0;entryDy=0;entryPerimeter=0;rounded=0;curved=0;dashed=1;" parent="1" source="26" target="11" edge="1">
                    <mxGeometry relative="1" as="geometry">
                        <Array as="points">
                            <mxPoint x="1540" y="960"/>
                            <mxPoint x="490" y="960"/>
                            <mxPoint x="369" y="960"/>
                        </Array>
                    </mxGeometry>
                </mxCell>
                <mxCell id="40" value="&lt;table border=&quot;1&quot; width=&quot;100%&quot; height=&quot;100%&quot; cellpadding=&quot;4&quot; style=&quot;width:100%;height:100%;border-collapse:collapse;&quot;&gt;&lt;tbody&gt;&lt;tr&gt;&lt;th align=&quot;center&quot;&gt;DependencyExtension&lt;/th&gt;&lt;/tr&gt;&lt;tr&gt;&lt;td align=&quot;center&quot;&gt;&lt;br&gt;&lt;/td&gt;&lt;/tr&gt;&lt;tr&gt;&lt;td align=&quot;center&quot;&gt;+SettingDependencyInjection:void&lt;br&gt;-SettingEntityFrameworkCore:void&lt;br&gt;-SettingInfrastructures:void&lt;br&gt;-SettingApplications:void&lt;br&gt;-SettingPresentations:void&lt;/td&gt;&lt;/tr&gt;&lt;/tbody&gt;&lt;/table&gt;" style="text;html=1;whiteSpace=wrap;strokeColor=none;fillColor=none;overflow=fill;labelBorderColor=default;" parent="1" vertex="1">
                    <mxGeometry x="-1375" y="1420" width="230" height="180" as="geometry"/>
                </mxCell>
                <mxCell id="41" value="&lt;table border=&quot;1&quot; width=&quot;100%&quot; height=&quot;100%&quot; cellpadding=&quot;4&quot; style=&quot;width:100%;height:100%;border-collapse:collapse;&quot;&gt;&lt;tbody&gt;&lt;tr&gt;&lt;th align=&quot;center&quot;&gt;TempDataStore&amp;lt;T&amp;gt;&lt;/th&gt;&lt;/tr&gt;&lt;tr&gt;&lt;td align=&quot;center&quot;&gt;-_key:string&lt;/td&gt;&lt;/tr&gt;&lt;tr&gt;&lt;td align=&quot;center&quot;&gt;+TempDataStore(string key)&lt;br&gt;+Load(Controller controller)&lt;br&gt;+Save(Controller controller, T model)&lt;/td&gt;&lt;/tr&gt;&lt;/tbody&gt;&lt;/table&gt;" style="text;html=1;whiteSpace=wrap;strokeColor=none;fillColor=none;overflow=fill;labelBorderColor=default;" parent="1" vertex="1">
                    <mxGeometry x="-1110" width="230" height="180" as="geometry"/>
                </mxCell>
                <mxCell id="42" value="&lt;table border=&quot;1&quot; width=&quot;100%&quot; height=&quot;100%&quot; cellpadding=&quot;4&quot; style=&quot;width:100%;height:100%;border-collapse:collapse;&quot;&gt;&lt;tbody&gt;&lt;tr&gt;&lt;th align=&quot;center&quot;&gt;InternalExceptionLoggingMiddleware&lt;/th&gt;&lt;/tr&gt;&lt;tr&gt;&lt;td align=&quot;center&quot;&gt;-RequestDelegate _next&lt;br&gt;-ILogger&amp;lt;InternalExceptionLoggingMiddleware&amp;gt; _logger&lt;/td&gt;&lt;/tr&gt;&lt;tr&gt;&lt;td align=&quot;center&quot;&gt;+InternalExceptionLoggingMiddleware&lt;br&gt;+InvokeAsync(HttpContext context)&lt;/td&gt;&lt;/tr&gt;&lt;/tbody&gt;&lt;/table&gt;" style="text;html=1;whiteSpace=wrap;strokeColor=none;fillColor=none;overflow=fill;labelBorderColor=default;" parent="1" vertex="1">
                    <mxGeometry x="-1095" y="1420" width="290" height="180" as="geometry"/>
                </mxCell>
                <mxCell id="48" style="edgeStyle=none;html=1;exitX=0.5;exitY=0;exitDx=0;exitDy=0;entryX=0.539;entryY=1.009;entryDx=0;entryDy=0;entryPerimeter=0;" parent="1" source="16" target="23" edge="1">
                    <mxGeometry relative="1" as="geometry"/>
                </mxCell>
                <mxCell id="49" value="&lt;table border=&quot;1&quot; width=&quot;100%&quot; height=&quot;100%&quot; cellpadding=&quot;4&quot; style=&quot;width:100%;height:100%;border-collapse:collapse;&quot;&gt;&lt;tbody&gt;&lt;tr&gt;&lt;th align=&quot;center&quot;&gt;DepartmentListViewModel&lt;/th&gt;&lt;/tr&gt;&lt;tr&gt;&lt;td align=&quot;center&quot;&gt;+DeptName:string&lt;br&gt;+DeptId:int&lt;/td&gt;&lt;/tr&gt;&lt;tr&gt;&lt;td align=&quot;center&quot;&gt;+SetDepartments&lt;/td&gt;&lt;/tr&gt;&lt;/tbody&gt;&lt;/table&gt;" style="text;html=1;whiteSpace=wrap;strokeColor=none;fillColor=none;overflow=fill;labelBorderColor=default;" vertex="1" parent="1">
                    <mxGeometry x="-1133.5" y="1190" width="217" height="180" as="geometry"/>
                </mxCell>
                <mxCell id="50" value="&lt;table border=&quot;1&quot; width=&quot;100%&quot; height=&quot;100%&quot; cellpadding=&quot;4&quot; style=&quot;width:100%;height:100%;border-collapse:collapse;&quot;&gt;&lt;tbody&gt;&lt;tr&gt;&lt;th align=&quot;center&quot;&gt;DepartmentListViewModelAdapter&lt;/th&gt;&lt;/tr&gt;&lt;tr&gt;&lt;td align=&quot;center&quot;&gt;&lt;br&gt;&lt;/td&gt;&lt;/tr&gt;&lt;tr&gt;&lt;td align=&quot;center&quot;&gt;+Restore(DepartmentListViewModel target)&lt;br&gt;+DepartmentListViewModelAdapter&lt;br&gt;+Convert(Department department)&lt;/td&gt;&lt;/tr&gt;&lt;/tbody&gt;&lt;/table&gt;" style="text;html=1;whiteSpace=wrap;strokeColor=none;fillColor=none;overflow=fill;labelBorderColor=default;" vertex="1" parent="1">
                    <mxGeometry x="-1240" y="940" width="250" height="180" as="geometry"/>
                </mxCell>
                <mxCell id="51" value="&lt;table border=&quot;1&quot; width=&quot;100%&quot; height=&quot;100%&quot; cellpadding=&quot;4&quot; style=&quot;width:100%;height:100%;border-collapse:collapse;&quot;&gt;&lt;tbody&gt;&lt;tr&gt;&lt;th align=&quot;center&quot;&gt;DepartmentRegisterViewModel&lt;/th&gt;&lt;/tr&gt;&lt;tr&gt;&lt;td align=&quot;center&quot;&gt;&lt;span style=&quot;color: rgb(63, 63, 63);&quot;&gt;+DeptName:string&lt;/span&gt;&lt;/td&gt;&lt;/tr&gt;&lt;tr&gt;&lt;td align=&quot;center&quot;&gt;+ToString()&lt;/td&gt;&lt;/tr&gt;&lt;/tbody&gt;&lt;/table&gt;" style="text;html=1;whiteSpace=wrap;strokeColor=none;fillColor=none;overflow=fill;labelBorderColor=default;" vertex="1" parent="1">
                    <mxGeometry x="-1380" y="1190" width="225" height="180" as="geometry"/>
                </mxCell>
                <mxCell id="52" value="&lt;table border=&quot;1&quot; width=&quot;100%&quot; height=&quot;100%&quot; cellpadding=&quot;4&quot; style=&quot;width:100%;height:100%;border-collapse:collapse;&quot;&gt;&lt;tbody&gt;&lt;tr&gt;&lt;th align=&quot;center&quot;&gt;DepartmentRegisterViewModelAdapter&lt;/th&gt;&lt;/tr&gt;&lt;tr&gt;&lt;td align=&quot;center&quot;&gt;&lt;br&gt;&lt;/td&gt;&lt;/tr&gt;&lt;tr&gt;&lt;td align=&quot;center&quot;&gt;+Restore&lt;/td&gt;&lt;/tr&gt;&lt;/tbody&gt;&lt;/table&gt;" style="text;html=1;whiteSpace=wrap;strokeColor=none;fillColor=none;overflow=fill;labelBorderColor=default;" vertex="1" parent="1">
                    <mxGeometry x="-1560" y="940" width="250" height="180" as="geometry"/>
                </mxCell>
                <mxCell id="53" value="&lt;table border=&quot;1&quot; width=&quot;100%&quot; height=&quot;100%&quot; cellpadding=&quot;4&quot; style=&quot;width:100%;height:100%;border-collapse:collapse;&quot;&gt;&lt;tbody&gt;&lt;tr&gt;&lt;th align=&quot;center&quot;&gt;EmployeeRegisterViewModel&lt;/th&gt;&lt;/tr&gt;&lt;tr&gt;&lt;td align=&quot;center&quot;&gt;+Name:string&lt;br&gt;+DeptId:int&lt;br&gt;+DeptName:string&lt;br&gt;+Departments:List&amp;lt;SelectListItem&amp;gt;?&lt;/td&gt;&lt;/tr&gt;&lt;tr&gt;&lt;td align=&quot;center&quot;&gt;+SetDepartments&lt;/td&gt;&lt;/tr&gt;&lt;/tbody&gt;&lt;/table&gt;" style="text;html=1;whiteSpace=wrap;strokeColor=none;fillColor=none;overflow=fill;labelBorderColor=default;" vertex="1" parent="1">
                    <mxGeometry x="-880" y="1190" width="217" height="180" as="geometry"/>
                </mxCell>
                <mxCell id="54" value="&lt;table border=&quot;1&quot; width=&quot;100%&quot; height=&quot;100%&quot; cellpadding=&quot;4&quot; style=&quot;width:100%;height:100%;border-collapse:collapse;&quot;&gt;&lt;tbody&gt;&lt;tr&gt;&lt;th align=&quot;center&quot;&gt;EmployeeRegisterViewModelAdapter&lt;/th&gt;&lt;/tr&gt;&lt;tr&gt;&lt;td align=&quot;center&quot;&gt;&lt;br&gt;&lt;/td&gt;&lt;/tr&gt;&lt;tr&gt;&lt;td align=&quot;center&quot;&gt;&lt;span style=&quot;color: rgb(63, 63, 63); font-weight: 700;&quot;&gt;+SetDepartments&lt;/span&gt;&lt;br&gt;+Restore&lt;/td&gt;&lt;/tr&gt;&lt;/tbody&gt;&lt;/table&gt;" style="text;html=1;whiteSpace=wrap;strokeColor=none;fillColor=none;overflow=fill;labelBorderColor=default;" vertex="1" parent="1">
                    <mxGeometry x="-960" y="940" width="240" height="180" as="geometry"/>
                </mxCell>
                <mxCell id="55" value="&lt;table border=&quot;1&quot; width=&quot;100%&quot; height=&quot;100%&quot; cellpadding=&quot;4&quot; style=&quot;width:100%;height:100%;border-collapse:collapse;&quot;&gt;&lt;tbody&gt;&lt;tr&gt;&lt;th align=&quot;center&quot;&gt;EmployeeListViewModel&lt;/th&gt;&lt;/tr&gt;&lt;tr&gt;&lt;td align=&quot;center&quot;&gt;+Id;int&lt;br&gt;+Name:string&lt;br&gt;+DeptId:Department&lt;br&gt;+DeptName:string&lt;/td&gt;&lt;/tr&gt;&lt;tr&gt;&lt;td align=&quot;center&quot;&gt;+SetEmployees&lt;br&gt;+ToString()&lt;/td&gt;&lt;/tr&gt;&lt;/tbody&gt;&lt;/table&gt;" style="text;html=1;whiteSpace=wrap;strokeColor=none;fillColor=none;overflow=fill;labelBorderColor=default;" vertex="1" parent="1">
                    <mxGeometry x="-610" y="1190" width="180" height="180" as="geometry"/>
                </mxCell>
                <mxCell id="56" value="&lt;table border=&quot;1&quot; width=&quot;100%&quot; height=&quot;100%&quot; cellpadding=&quot;4&quot; style=&quot;width:100%;height:100%;border-collapse:collapse;&quot;&gt;&lt;tbody&gt;&lt;tr&gt;&lt;th align=&quot;center&quot;&gt;EmployeeListViewModelAdapter&lt;/th&gt;&lt;/tr&gt;&lt;tr&gt;&lt;td align=&quot;center&quot;&gt;&lt;br&gt;&lt;/td&gt;&lt;/tr&gt;&lt;tr&gt;&lt;td align=&quot;center&quot;&gt;+Restore&lt;br&gt;+Convert&lt;/td&gt;&lt;/tr&gt;&lt;/tbody&gt;&lt;/table&gt;" style="text;html=1;whiteSpace=wrap;strokeColor=none;fillColor=none;overflow=fill;labelBorderColor=default;" vertex="1" parent="1">
                    <mxGeometry x="-663" y="940" width="200" height="180" as="geometry"/>
                </mxCell>
                <mxCell id="80" value="&lt;table border=&quot;1&quot; width=&quot;100%&quot; height=&quot;100%&quot; cellpadding=&quot;4&quot; style=&quot;width:100%;height:100%;border-collapse:collapse;&quot;&gt;&lt;tbody&gt;&lt;tr&gt;&lt;th align=&quot;center&quot;&gt;&lt;span style=&quot;color: rgb(63, 63, 63);&quot;&gt;&amp;lt;&amp;lt;interface&amp;gt;&amp;gt;&lt;/span&gt;&lt;br&gt;IDepartmentListService&lt;/th&gt;&lt;/tr&gt;&lt;tr&gt;&lt;td align=&quot;center&quot;&gt;&lt;br&gt;&lt;/td&gt;&lt;/tr&gt;&lt;tr&gt;&lt;td align=&quot;center&quot;&gt;+ GetDepartments()&lt;/td&gt;&lt;/tr&gt;&lt;/tbody&gt;&lt;/table&gt;" style="text;html=1;whiteSpace=wrap;strokeColor=none;fillColor=none;overflow=fill;labelBorderColor=default;" vertex="1" parent="1">
                    <mxGeometry x="60" y="30" width="180" height="180" as="geometry"/>
                </mxCell>
+                 <mxCell id="84" style="edgeStyle=none;html=1;exitX=0.5;exitY=0;exitDx=0;exitDy=0;entryX=0.5;entryY=1;entryDx=0;entryDy=0;dashed=1;dashPattern=8 8;" edge="1" parent="1" source="81" target="80">
+                     <mxGeometry relative="1" as="geometry"/>
+                 </mxCell>
                <mxCell id="81" value="&lt;table border=&quot;1&quot; width=&quot;100%&quot; height=&quot;100%&quot; cellpadding=&quot;4&quot; style=&quot;width:100%;height:100%;border-collapse:collapse;&quot;&gt;&lt;tbody&gt;&lt;tr&gt;&lt;th align=&quot;center&quot;&gt;DepartmentListService&lt;/th&gt;&lt;/tr&gt;&lt;tr&gt;&lt;td align=&quot;center&quot;&gt;-AppDbContext&lt;br&gt;-IDepartmentRepository&lt;/td&gt;&lt;/tr&gt;&lt;tr&gt;&lt;td align=&quot;center&quot;&gt;+DepartmentListService&lt;br&gt;+GetDepartments()&lt;/td&gt;&lt;/tr&gt;&lt;/tbody&gt;&lt;/table&gt;" style="text;html=1;whiteSpace=wrap;strokeColor=none;fillColor=none;overflow=fill;labelBorderColor=default;" vertex="1" parent="1">
                    <mxGeometry x="60" y="250" width="180" height="180" as="geometry"/>
                </mxCell>
-                 <mxCell id="82" value="&lt;table border=&quot;1&quot; width=&quot;100%&quot; height=&quot;100%&quot; cellpadding=&quot;4&quot; style=&quot;width:100%;height:100%;border-collapse:collapse;&quot;&gt;&lt;tr&gt;&lt;th align=&quot;center&quot;&gt;&lt;b&gt;Title&lt;/b&gt;&lt;/th&gt;&lt;/tr&gt;&lt;tr&gt;&lt;td align=&quot;center&quot;&gt;Section 1.1&#xa;Section 1.2&#xa;Section 1.3&lt;/td&gt;&lt;/tr&gt;&lt;tr&gt;&lt;td align=&quot;center&quot;&gt;Section 2.1&#xa;Section 2.2&#xa;Section 2.3&lt;/td&gt;&lt;/tr&gt;&lt;/table&gt;" style="text;html=1;whiteSpace=wrap;strokeColor=none;fillColor=none;overflow=fill;labelBorderColor=default;" vertex="1" parent="1">
+                 <mxCell id="82" value="&lt;table border=&quot;1&quot; width=&quot;100%&quot; height=&quot;100%&quot; cellpadding=&quot;4&quot; style=&quot;width:100%;height:100%;border-collapse:collapse;&quot;&gt;&lt;tbody&gt;&lt;tr&gt;&lt;th align=&quot;center&quot;&gt;&lt;span style=&quot;color: rgb(63, 63, 63);&quot;&gt;&amp;lt;&amp;lt;interface&amp;gt;&amp;gt;&lt;/span&gt;&lt;br&gt;IEmployeeListService&lt;/th&gt;&lt;/tr&gt;&lt;tr&gt;&lt;td align=&quot;center&quot;&gt;&lt;br&gt;&lt;/td&gt;&lt;/tr&gt;&lt;tr&gt;&lt;td align=&quot;center&quot;&gt;+GetDepartments()&lt;br&gt;+GetEmployees()&lt;br&gt;+GetById()&lt;/td&gt;&lt;/tr&gt;&lt;/tbody&gt;&lt;/table&gt;" style="text;html=1;whiteSpace=wrap;strokeColor=none;fillColor=none;overflow=fill;labelBorderColor=default;" vertex="1" parent="1">
                    <mxGeometry x="590" y="30" width="180" height="180" as="geometry"/>
                </mxCell>
-                 <mxCell id="83" value="&lt;table border=&quot;1&quot; width=&quot;100%&quot; height=&quot;100%&quot; cellpadding=&quot;4&quot; style=&quot;width:100%;height:100%;border-collapse:collapse;&quot;&gt;&lt;tr&gt;&lt;th align=&quot;center&quot;&gt;&lt;b&gt;Title&lt;/b&gt;&lt;/th&gt;&lt;/tr&gt;&lt;tr&gt;&lt;td align=&quot;center&quot;&gt;Section 1.1&#xa;Section 1.2&#xa;Section 1.3&lt;/td&gt;&lt;/tr&gt;&lt;tr&gt;&lt;td align=&quot;center&quot;&gt;Section 2.1&#xa;Section 2.2&#xa;Section 2.3&lt;/td&gt;&lt;/tr&gt;&lt;/table&gt;" style="text;html=1;whiteSpace=wrap;strokeColor=none;fillColor=none;overflow=fill;labelBorderColor=default;" vertex="1" parent="1">
+                 <mxCell id="85" style="edgeStyle=none;html=1;exitX=0.5;exitY=0;exitDx=0;exitDy=0;entryX=0.5;entryY=1;entryDx=0;entryDy=0;dashed=1;dashPattern=8 8;" edge="1" parent="1" source="83" target="82">
+                     <mxGeometry relative="1" as="geometry"/>
+                 </mxCell>
+                 <mxCell id="83" value="&lt;table border=&quot;1&quot; width=&quot;100%&quot; height=&quot;100%&quot; cellpadding=&quot;4&quot; style=&quot;width:100%;height:100%;border-collapse:collapse;&quot;&gt;&lt;tbody&gt;&lt;tr&gt;&lt;th align=&quot;center&quot;&gt;EmployeeListService&lt;/th&gt;&lt;/tr&gt;&lt;tr&gt;&lt;td align=&quot;center&quot;&gt;-AppDbContext&lt;br&gt;-IDepartmentRepository&lt;br&gt;-IEmployeeRepository&lt;/td&gt;&lt;/tr&gt;&lt;tr&gt;&lt;td align=&quot;center&quot;&gt;+EmployeeListService&lt;br&gt;+GetDepartments()&lt;br&gt;+GetEmployees()&lt;br&gt;+GetById&lt;/td&gt;&lt;/tr&gt;&lt;/tbody&gt;&lt;/table&gt;" style="text;html=1;whiteSpace=wrap;strokeColor=none;fillColor=none;overflow=fill;labelBorderColor=default;" vertex="1" parent="1">
                    <mxGeometry x="590" y="239.5" width="180" height="180" as="geometry"/>
                </mxCell>
            </root>
        </mxGraphModel>
    </diagram>
</mxfile>